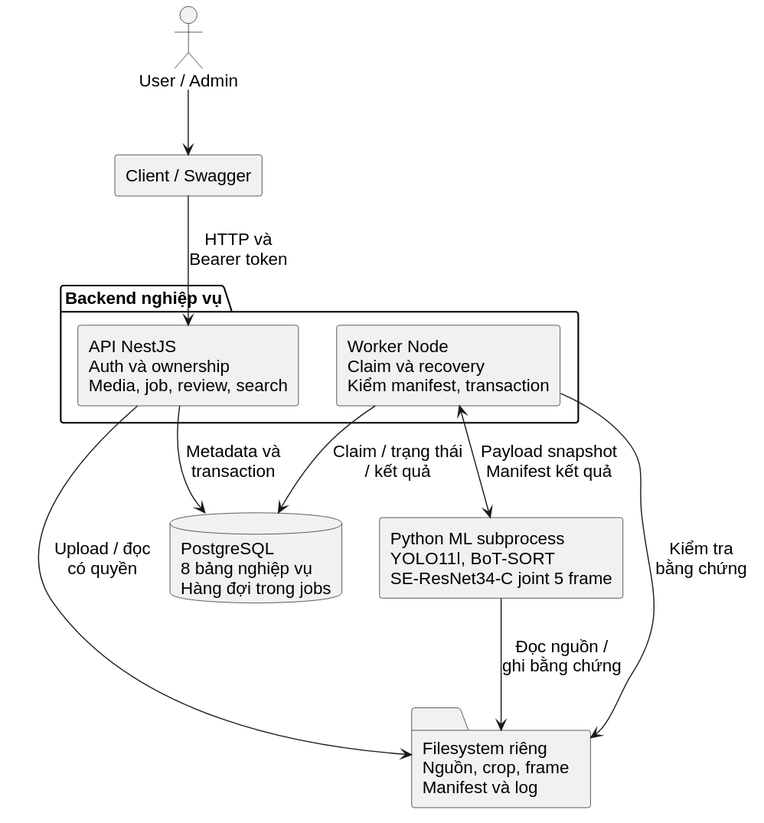
This is docs/analysis/diagrams/15-architecture.svg from Oszumeiii/Vehicle_Tracking_BE, a PlantUML export, as it was before one commit.
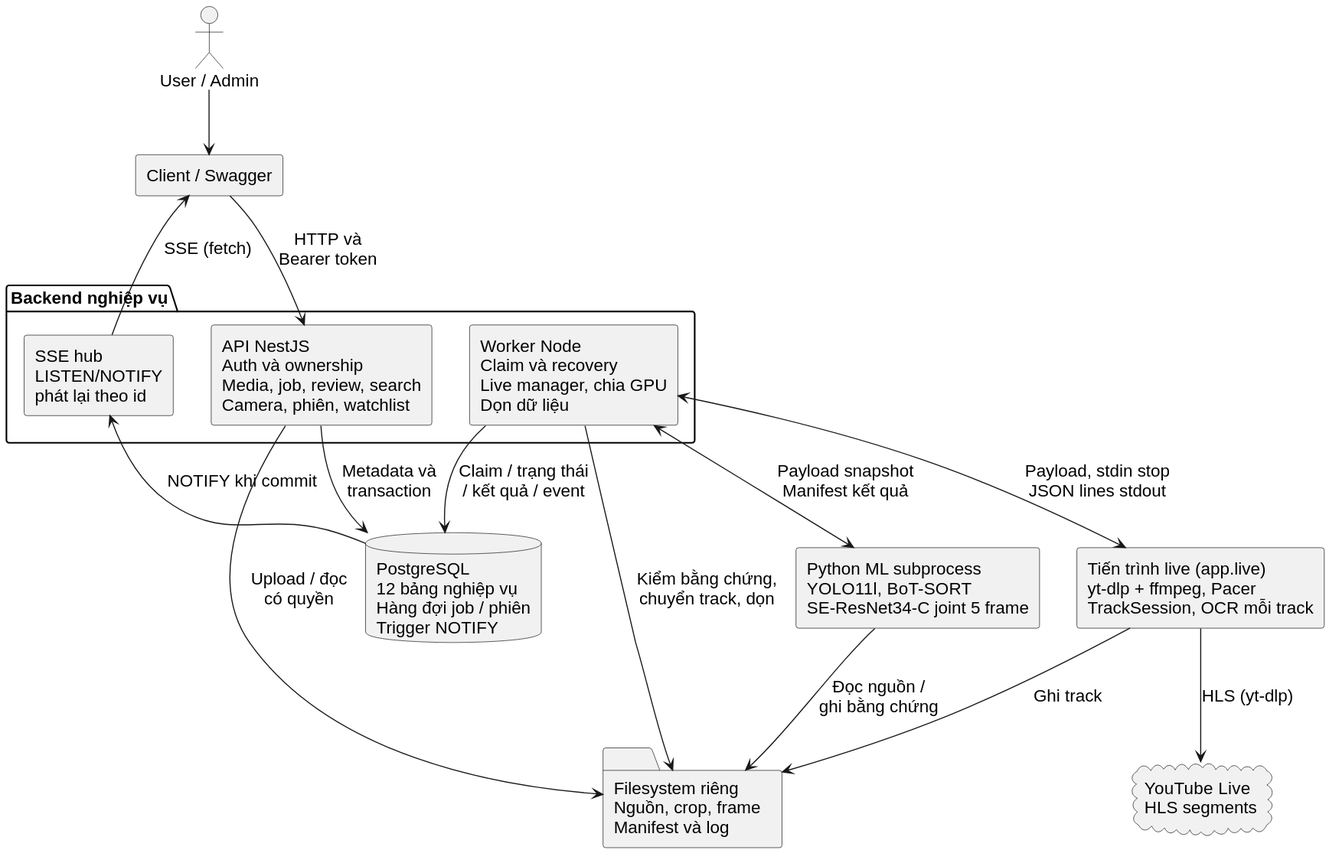
Above is the later version.

Diff of the diagram source:
```diff
@@ -7,19 +7,27 @@
 top to bottom direction
 actor "User / Admin" as user
 component "Client / Swagger" as client
+cloud "YouTube Live\nHLS segments" as youtube
 package "Backend nghiệp vụ" {
-  component "API NestJS\nAuth và ownership\nMedia, job, review, search" as api
-  component "Worker Node\nClaim và recovery\nKiểm manifest, transaction" as worker
+  component "API NestJS\nAuth và ownership\nMedia, job, review, search\nCamera, phiên, watchlist" as api
+  component "SSE hub\nLISTEN/NOTIFY\nphát lại theo id" as hub
+  component "Worker Node\nClaim và recovery\nLive manager, chia GPU\nDọn dữ liệu" as worker
 }
-database "PostgreSQL\n8 bảng nghiệp vụ\nHàng đợi trong jobs" as db
+database "PostgreSQL\n12 bảng nghiệp vụ\nHàng đợi job / phiên\nTrigger NOTIFY" as db
 folder "Filesystem riêng\nNguồn, crop, frame\nManifest và log" as files
 component "Python ML subprocess\nYOLO11l, BoT-SORT\nSE-ResNet34-C joint 5 frame" as ml
+component "Tiến trình live (app.live)\nyt-dlp + ffmpeg, Pacer\nTrackSession, OCR mỗi track" as live
 user --> client
 client --> api : HTTP và\nBearer token
+hub --> client : SSE (fetch)
 api --> db : Metadata và\ntransaction
+db --> hub : NOTIFY khi commit
 api --> files : Upload / đọc\ncó quyền
-worker --> db : Claim / trạng thái\n/ kết quả
+worker --> db : Claim / trạng thái\n/ kết quả / event
 worker <--> ml : Payload snapshot\nManifest kết quả
+worker <--> live : Payload, stdin stop\nJSON lines stdout
+live --> youtube : HLS (yt-dlp)
 ml --> files : Đọc nguồn /\nghi bằng chứng
-worker --> files : Kiểm tra\nbằng chứng
+live --> files : Ghi track
+worker --> files : Kiểm bằng chứng,\nchuyển track, dọn
 @enduml
```
